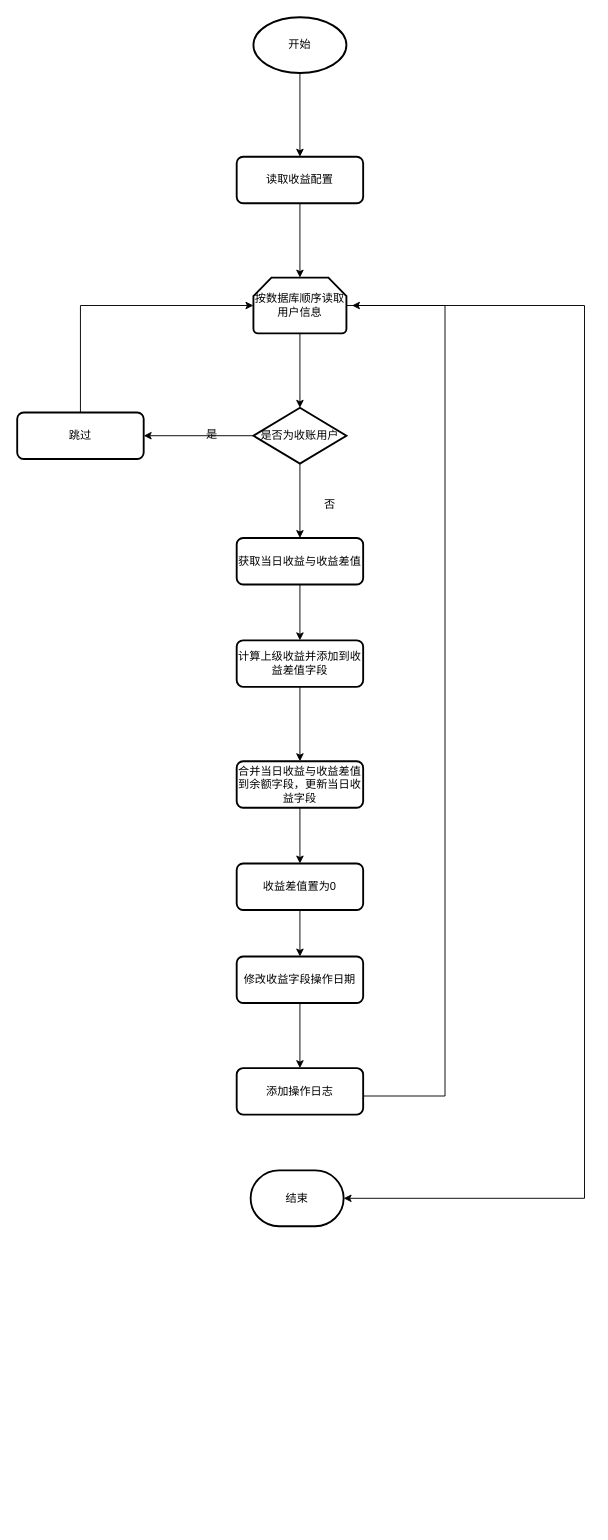
zcbm009/suml keeps this draw.io diagram as QiHang/DistributionFlow.drawio. Above is the earlier version. Source tidied: cells renumbered, new cells numbered last; positions are measured from the earlier drawing's top-left corner, leaving out a move shared by most shapes. Both pictures are drawn from the tidied source at 93%, with x=0, y=0 at pixel (17, 17).
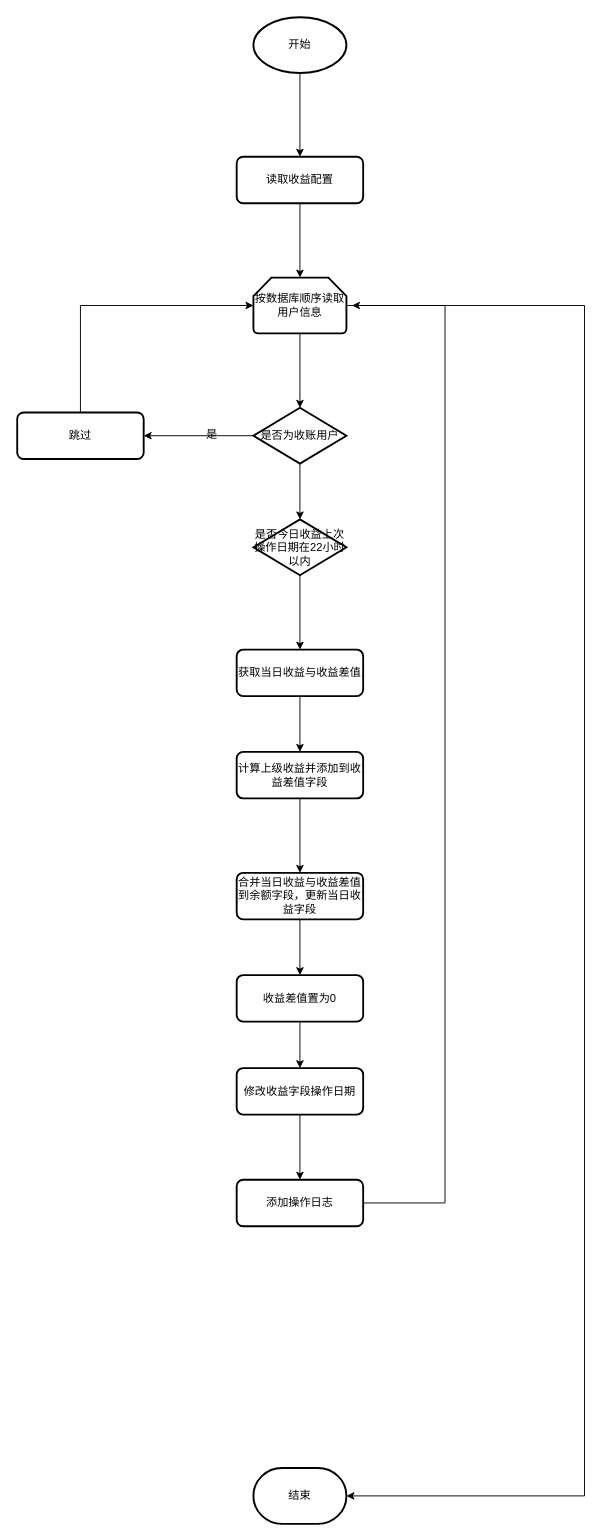
The same page after the edit.

Unchanged cells that the change refers to:
```xml
<mxCell id="8" value="是否为收账用户" style="strokeWidth=2;html=1;shape=mxgraph.flowchart.decision;whiteSpace=wrap;" parent="1" vertex="1">
  <mxGeometry x="254" y="420" width="100" height="60" as="geometry" />
</mxCell>
<mxCell id="11" value="&lt;span&gt;按数据库顺序读取用户信息&lt;/span&gt;" style="strokeWidth=2;html=1;shape=mxgraph.flowchart.loop_limit;whiteSpace=wrap;" parent="1" vertex="1">
  <mxGeometry x="254" y="280" width="100" height="60" as="geometry" />
</mxCell>
```

Change to the diagram source:
```diff
@@
-    <mxCell id="6" style="edgeStyle=orthogonalEdgeStyle;rounded=0;jettySize=auto;html=1;entryX=0.5;entryY=0;entryDx=0;entryDy=0;" parent="1" edge="1" source="8" target="13">
-      <mxGeometry relative="1" as="geometry" />
-    </mxCell>
@@
+    <mxCell id="29" style="edgeStyle=orthogonalEdgeStyle;rounded=0;jettySize=auto;html=1;" parent="1" edge="1" source="8" target="31">
+      <mxGeometry relative="1" as="geometry" />
+    </mxCell>
@@
     <mxCell id="10" style="edgeStyle=orthogonalEdgeStyle;rounded=0;jettySize=auto;html=1;" parent="1" edge="1" source="11" target="28">
       <mxGeometry relative="1" as="geometry">
         <Array as="points">
           <mxPoint x="610" y="310" />
-          <mxPoint x="610" y="1270" />
+          <mxPoint x="610" y="1590" />
         </Array>
       </mxGeometry>
     </mxCell>
@@
     <mxCell id="13" value="获取当日收益与收益差值" style="rounded=1;whiteSpace=wrap;html=1;absoluteArcSize=1;arcSize=14;strokeWidth=2;" parent="1" vertex="1">
-      <mxGeometry x="236" y="560" width="136" height="50" as="geometry" />
+      <mxGeometry x="236" y="680" width="136" height="50" as="geometry" />
     </mxCell>
@@
-    <mxCell id="17" value="否" style="text;html=1;align=center;verticalAlign=middle;" parent="1" vertex="1">
-      <mxGeometry x="321" y="514" width="30" height="20" as="geometry" />
-    </mxCell>
@@
     <mxCell id="19" value="计算上级收益并添加到收益差值字段" style="rounded=1;whiteSpace=wrap;html=1;absoluteArcSize=1;arcSize=14;strokeWidth=2;" parent="1" vertex="1">
-      <mxGeometry x="236" y="670" width="136" height="50" as="geometry" />
+      <mxGeometry x="236" y="790" width="136" height="50" as="geometry" />
     </mxCell>
@@
     <mxCell id="21" value="合并当日收益与收益差值到余额字段，更新当日收益字段" style="rounded=1;whiteSpace=wrap;html=1;absoluteArcSize=1;arcSize=14;strokeWidth=2;" parent="1" vertex="1">
-      <mxGeometry x="236" y="800" width="136" height="50" as="geometry" />
+      <mxGeometry x="236" y="920" width="136" height="50" as="geometry" />
     </mxCell>
     <mxCell id="22" style="edgeStyle=orthogonalEdgeStyle;rounded=0;jettySize=auto;html=1;exitX=1;exitY=0.5;exitDx=0;exitDy=0;" parent="1" edge="1" source="27">
       <mxGeometry relative="1" as="geometry">
         <mxPoint x="360" y="310" as="targetPoint" />
         <Array as="points">
-          <mxPoint x="372" y="1160" />
-          <mxPoint x="460" y="1160" />
+          <mxPoint x="460" y="1275" />
           <mxPoint x="460" y="310" />
         </Array>
       </mxGeometry>
     </mxCell>
@@
     <mxCell id="24" value="收益差值置为0" style="rounded=1;whiteSpace=wrap;html=1;absoluteArcSize=1;arcSize=14;strokeWidth=2;" parent="1" vertex="1">
-      <mxGeometry x="236" y="910" width="136" height="50" as="geometry" />
+      <mxGeometry x="236" y="1030" width="136" height="50" as="geometry" />
     </mxCell>
@@
     <mxCell id="26" value="修改收益字段操作日期" style="rounded=1;whiteSpace=wrap;html=1;absoluteArcSize=1;arcSize=14;strokeWidth=2;" parent="1" vertex="1">
-      <mxGeometry x="236" y="1010" width="136" height="50" as="geometry" />
+      <mxGeometry x="236" y="1130" width="136" height="50" as="geometry" />
     </mxCell>
     <mxCell id="27" value="添加操作日志" style="rounded=1;whiteSpace=wrap;html=1;absoluteArcSize=1;arcSize=14;strokeWidth=2;" parent="1" vertex="1">
-      <mxGeometry x="236" y="1130" width="136" height="50" as="geometry" />
+      <mxGeometry x="236" y="1250" width="136" height="50" as="geometry" />
     </mxCell>
     <mxCell id="28" value="结束" style="strokeWidth=2;html=1;shape=mxgraph.flowchart.terminator;whiteSpace=wrap;" parent="1" vertex="1">
-      <mxGeometry x="251" y="1240" width="100" height="60" as="geometry" />
+      <mxGeometry x="254" y="1560" width="100" height="60" as="geometry" />
     </mxCell>
+    <mxCell id="30" style="edgeStyle=orthogonalEdgeStyle;rounded=0;jettySize=auto;html=1;entryX=0.5;entryY=0;entryDx=0;entryDy=0;" parent="1" edge="1" source="31" target="13">
+      <mxGeometry relative="1" as="geometry" />
+    </mxCell>
+    <mxCell id="31" value="是否今日收益上次操作日期在22小时以内" style="strokeWidth=2;html=1;shape=mxgraph.flowchart.decision;whiteSpace=wrap;" parent="1" vertex="1">
+      <mxGeometry x="254" y="540" width="100" height="60" as="geometry" />
+    </mxCell>
```
